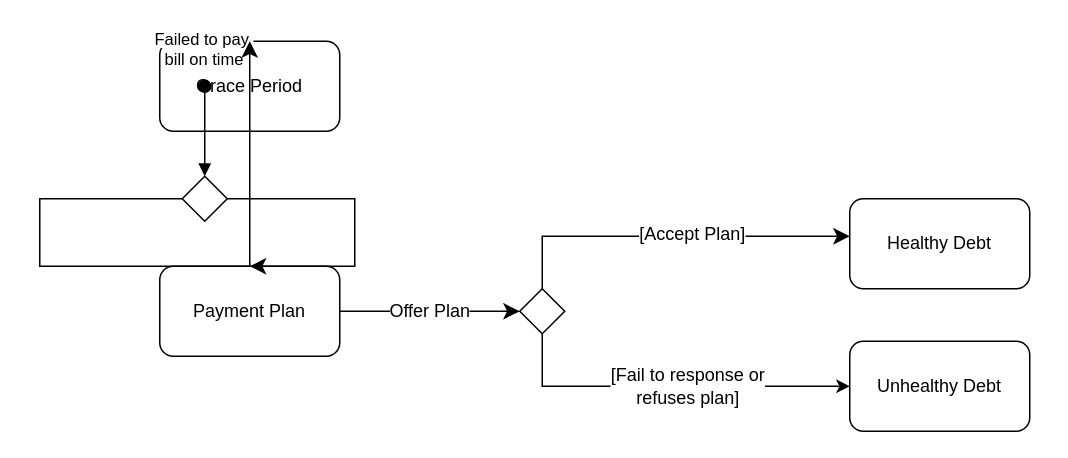
This is page "Page-2" (2 of 2) of workshop6_week7.drawio from antonykimuom/SWEN30006-2025-SM1-workshop1-tuew05-14-00-team-12, a draw.io file, before an edit. Source tidied: cells renumbered, new cells numbered last; positions are measured from the earlier drawing's top-left corner, leaving out a move shared by most shapes. Both pictures are drawn from the tidied source at 150%, with x=0, y=0 at pixel (39, 26).
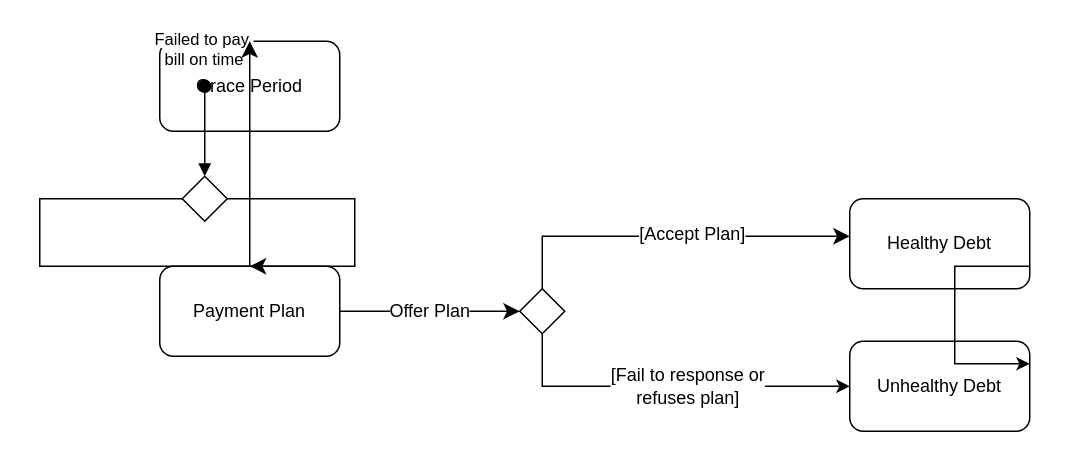
After the change.

The change refers to these unchanged cells:
```xml
<mxCell id="4" value="Healthy Debt" style="rounded=1;whiteSpace=wrap;html=1;" parent="1" vertex="1">
  <mxGeometry x="540" y="115" width="120" height="60" as="geometry" />
</mxCell>
<mxCell id="5" value="Unhealthy Debt" style="rounded=1;whiteSpace=wrap;html=1;" parent="1" vertex="1">
  <mxGeometry x="540" y="210" width="120" height="60" as="geometry" />
</mxCell>
```

Diff of the diagram source:
```diff
@@
+    <mxCell id="17" style="endArrow=classic;html=1;rounded=0;exitX=1;exitY=0.75;exitDx=0;exitDy=0;entryX=1;entryY=0.25;entryDx=0;entryDy=0;" parent="1" edge="1" source="4" target="5">
+      <mxGeometry relative="1" as="geometry">
+        <Array as="points">
+          <mxPoint x="610" y="160" />
+          <mxPoint x="610" y="180" />
+          <mxPoint x="610" y="210" />
+          <mxPoint x="610" y="225" />
+        </Array>
+      </mxGeometry>
+    </mxCell>
```
